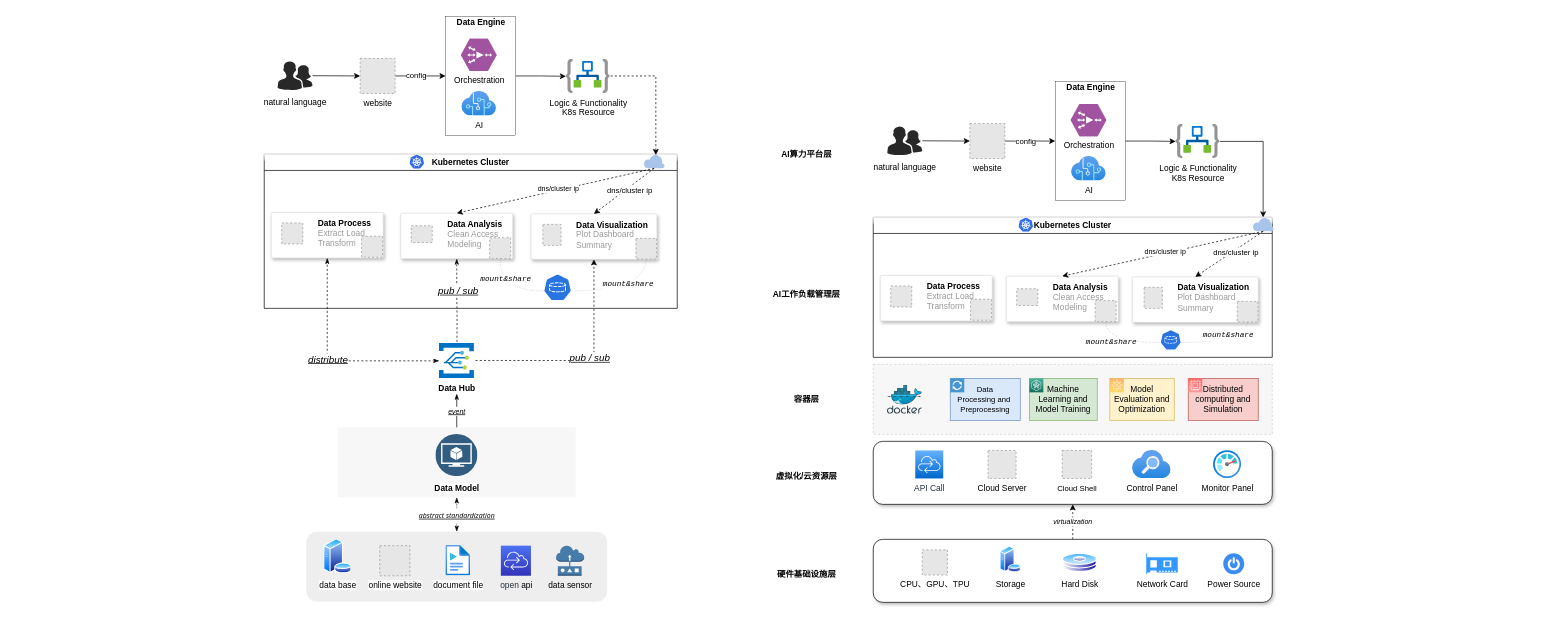
The draw.io diagram rpl.drawio in siruzhong/drawing, before the edit. Source tidied: cells renumbered, new cells numbered last; positions are measured from the earlier drawing's top-left corner, leaving out a move shared by most shapes. Both pictures are drawn from the tidied source at 70%, with x=0, y=0 at pixel (264, 12). Pictures stored in the file or linked from it are replaced by grey dashed boxes.
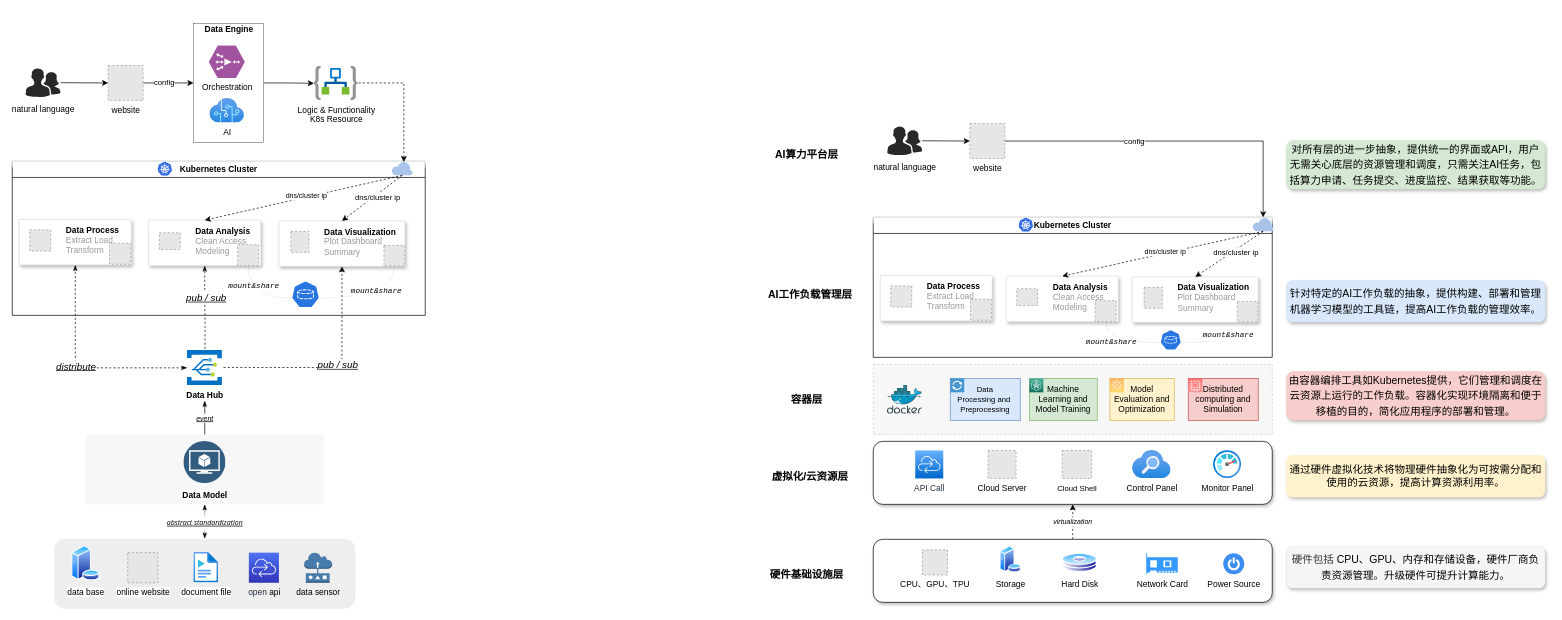
The same page after the edit.

The change refers to these unchanged cells:
```xml
<mxCell id="12" style="strokeColor=#dddddd;shadow=1;strokeWidth=1;rounded=1;absoluteArcSize=1;arcSize=2;" parent="8" vertex="1">
  <mxGeometry x="195" y="84" width="160" height="65" as="geometry" />
</mxCell>
<mxCell id="19" style="verticalLabelPosition=bottom;html=1;verticalAlign=top;align=center;strokeColor=none;fillColor=#A9C4EB;shape=mxgraph.azure.cloud;" parent="8" vertex="1">
  <mxGeometry x="542" width="30" height="20" as="geometry" />
</mxCell>
<mxCell id="91" style="verticalLabelPosition=bottom;html=1;verticalAlign=top;align=center;strokeColor=none;fillColor=#A9C4EB;shape=mxgraph.azure.cloud;" parent="80" vertex="1">
  <mxGeometry x="542" width="30" height="20" as="geometry" />
</mxCell>
<mxCell id="113" value="website" style="fillColor=#E6E6E6;strokeColor=#999999;dashed=1;html=1;verticalAlign=top;verticalLabelPosition=bottom;labelBackgroundColor=#ffffff;" parent="1" vertex="1">
  <mxGeometry x="1008" y="159" width="50" height="50" as="geometry" />
</mxCell>
```

Change to the diagram source:
```diff
@@
     <mxCell id="7" style="rounded=0;whiteSpace=wrap;html=1;fillColor=#FFFFFF;strokeColor=default;gradientColor=none;strokeWidth=0.5;" parent="1" vertex="1">
-      <mxGeometry x="259" y="6" width="100" height="170" as="geometry" />
+      <mxGeometry x="-101" y="16" width="100" height="170" as="geometry" />
     </mxCell>
     <mxCell id="8" value="Kubernetes Cluster" style="swimlane;whiteSpace=wrap;html=1;fillColor=default;swimlaneFillColor=none;gradientColor=none;strokeColor=#000000;glass=1;" parent="1" vertex="1">
-      <mxGeometry y="203" width="590" height="220" as="geometry" />
+      <mxGeometry x="-360" y="213" width="590" height="220" as="geometry" />
     </mxCell>
@@
     <mxCell id="31" style="rounded=1;whiteSpace=wrap;html=1;fillStyle=auto;shadow=0;strokeColor=none;fillColor=#eeeeee;" parent="1" vertex="1">
-      <mxGeometry x="60" y="742" width="430" height="100" as="geometry" />
+      <mxGeometry x="-300" y="752" width="430" height="100" as="geometry" />
     </mxCell>
     <mxCell id="32" value="data base" style="image;perimeter=ellipsePerimeter;html=1;align=center;shadow=0;dashed=0;spacingTop=3;image=img/lib/active_directory/database_server.svg;" parent="1" vertex="1">
-      <mxGeometry x="84.5" y="752" width="41" height="50" as="geometry" />
+      <mxGeometry x="-275.5" y="762" width="41" height="50" as="geometry" />
     </mxCell>
     <mxCell id="33" value="online&amp;nbsp;&lt;span style=&quot;background-color: rgb(251, 251, 251);&quot;&gt;website&lt;/span&gt;" style="fillColor=#E6E6E6;strokeColor=#999999;dashed=1;html=1;verticalAlign=top;verticalLabelPosition=bottom;labelBackgroundColor=#ffffff;" parent="1" vertex="1">
-      <mxGeometry x="165" y="762" width="43" height="43" as="geometry" />
+      <mxGeometry x="-195" y="772" width="43" height="43" as="geometry" />
     </mxCell>
     <mxCell id="34" value="open&amp;nbsp;&lt;span style=&quot;border-color: var(--border-color); color: rgb(0, 0, 0);&quot;&gt;api&lt;/span&gt;" style="sketch=0;fontColor=#232F3E;gradientColor=#4D72F3;gradientDirection=north;fillColor=#3334B9;strokeColor=#ffffff;dashed=0;verticalLabelPosition=bottom;verticalAlign=top;align=center;html=1;fontSize=12;fontStyle=0;shape=mxgraph.aws4.resourceIcon;resIcon=mxgraph.aws4.cloud_control_api;" parent="1" vertex="1">
-      <mxGeometry x="338" y="762" width="43" height="43" as="geometry" />
+      <mxGeometry x="-22" y="772" width="43" height="43" as="geometry" />
     </mxCell>
     <mxCell id="35" value="data sensor" style="dashed=0;verticalLabelPosition=bottom;verticalAlign=top;align=center;html=1;shape=mxgraph.aws3.sensor;fillColor=#467baa;gradientColor=none;" parent="1" vertex="1">
-      <mxGeometry x="417" y="762" width="40" height="43" as="geometry" />
+      <mxGeometry x="57" y="772" width="40" height="43" as="geometry" />
     </mxCell>
     <mxCell id="36" value="document file" style="image;html=1;align=center;fontSize=12;image=img/lib/azure2/general/Media_File.svg;" parent="1" vertex="1">
-      <mxGeometry x="259.3" y="761.5" width="35.3" height="43.5" as="geometry" />
+      <mxGeometry x="-100.7" y="771.5" width="35.3" height="43.5" as="geometry" />
     </mxCell>
     <mxCell id="37" value="&lt;font style=&quot;font-size: 10px;&quot;&gt;&lt;i&gt;&lt;u&gt;event&lt;/u&gt;&lt;/i&gt;&lt;/font&gt;" style="edgeStyle=orthogonalEdgeStyle;rounded=0;orthogonalLoop=1;jettySize=auto;html=1;exitX=0.5;exitY=0;exitDx=0;exitDy=0;endArrow=classicThin;endFill=1;" parent="1" edge="1">
       <mxGeometry relative="1" as="geometry">
-        <mxPoint x="275" y="595" as="sourcePoint" />
-        <mxPoint x="275" y="545" as="targetPoint" />
+        <mxPoint x="-85" y="605" as="sourcePoint" />
+        <mxPoint x="-85" y="555" as="targetPoint" />
       </mxGeometry>
     </mxCell>
     <mxCell id="38" style="rounded=0;whiteSpace=wrap;html=1;fillColor=#F7F7F7;strokeColor=none;fontColor=#333333;" parent="1" vertex="1">
-      <mxGeometry x="105" y="593" width="340" height="100" as="geometry" />
+      <mxGeometry x="-255" y="603" width="340" height="100" as="geometry" />
     </mxCell>
     <mxCell id="39" value="&lt;font style=&quot;font-size: 12px;&quot; color=&quot;#000000&quot;&gt;&lt;b&gt;Data Model&lt;/b&gt;&lt;/font&gt;" style="image;perimeter=ellipsePerimeter;html=1;align=center;shadow=0;dashed=0;fontColor=#4277BB;labelBackgroundColor=default;fontSize=12;spacingTop=3;image=img/lib/ibm/data/model.svg;" parent="1" vertex="1">
-      <mxGeometry x="245" y="603" width="60" height="60" as="geometry" />
+      <mxGeometry x="-115" y="613" width="60" height="60" as="geometry" />
     </mxCell>
@@
     <mxCell id="42" value="&lt;b&gt;Data Hub&lt;/b&gt;" style="image;html=1;points=[];align=center;fontSize=12;image=img/lib/mscae/Event_Grid.svg;imageBackground=none;imageBorder=none;" parent="1" vertex="1">
-      <mxGeometry x="250" y="473" width="50" height="50" as="geometry" />
+      <mxGeometry x="-110" y="483" width="50" height="50" as="geometry" />
     </mxCell>
     <mxCell id="43" style="edgeStyle=orthogonalEdgeStyle;rounded=0;orthogonalLoop=1;jettySize=auto;html=1;exitX=0.5;exitY=1;exitDx=0;exitDy=0;" parent="1" edge="1">
       <mxGeometry relative="1" as="geometry">
-        <mxPoint x="275" y="687" as="sourcePoint" />
-        <mxPoint x="275" y="687" as="targetPoint" />
+        <mxPoint x="-85" y="697" as="sourcePoint" />
+        <mxPoint x="-85" y="697" as="targetPoint" />
       </mxGeometry>
     </mxCell>
     <mxCell id="44" style="endArrow=classicThin;html=1;rounded=0;exitX=0.507;exitY=-0.04;exitDx=0;exitDy=0;exitPerimeter=0;entryX=0.5;entryY=1;entryDx=0;entryDy=0;edgeStyle=orthogonalEdgeStyle;startArrow=none;startFill=0;endFill=1;dashed=1;" parent="1" edge="1" source="42" target="12">
       <mxGeometry relative="1" as="geometry">
         <Array as="points">
-          <mxPoint x="275" y="433" />
-          <mxPoint x="275" y="403" />
-          <mxPoint x="290" y="403" />
+          <mxPoint x="-85" y="443" />
+          <mxPoint x="-85" y="413" />
+          <mxPoint x="-70" y="413" />
         </Array>
       </mxGeometry>
     </mxCell>
@@
     <mxCell id="48" value="AI" style="image;html=1;align=center;fontSize=12;image=img/lib/azure2/ai_machine_learning/Cognitive_Services.svg;" parent="1" vertex="1">
-      <mxGeometry x="282" y="113" width="49.6" height="35" as="geometry" />
+      <mxGeometry x="-78" y="123" width="49.6" height="35" as="geometry" />
     </mxCell>
@@
     <mxCell id="50" value="&lt;a style=&quot;border-color: var(--border-color); box-sizing: border-box; cursor: pointer; outline: currentcolor; line-height: 22.5px; text-align: start;&quot; class=&quot;color_pc_blue_text&quot;&gt;&lt;font style=&quot;border-color: var(--border-color);&quot;&gt;&lt;span style=&quot;border-color: var(--border-color);&quot;&gt;&lt;span style=&quot;border-color: var(--border-color);&quot;&gt;natural language&lt;/span&gt;&lt;/span&gt;&lt;/font&gt;&lt;/a&gt;" style="verticalLabelPosition=bottom;sketch=0;html=1;fillColor=#282828;strokeColor=none;verticalAlign=top;align=center;shape=mxgraph.cisco_safe.people_places_things_icons.icon2;" parent="1" vertex="1">
-      <mxGeometry x="19" y="70" width="50" height="41" as="geometry" />
+      <mxGeometry x="-341" y="80" width="50" height="41" as="geometry" />
     </mxCell>
     <mxCell id="51" value="Logic &amp;amp; Functionality&lt;br&gt;K8s Resource" style="image;html=1;points=[];align=center;fontSize=12;image=img/lib/azure2/iot/Logic_Apps.svg;" parent="1" vertex="1">
-      <mxGeometry x="431" y="67" width="63" height="48.9" as="geometry" />
+      <mxGeometry x="71" y="77" width="63" height="48.9" as="geometry" />
     </mxCell>
@@
     <mxCell id="54" value="website" style="fillColor=#E6E6E6;strokeColor=#999999;dashed=1;html=1;verticalAlign=top;verticalLabelPosition=bottom;labelBackgroundColor=#ffffff;" parent="1" vertex="1">
-      <mxGeometry x="137" y="66" width="50" height="50" as="geometry" />
+      <mxGeometry x="-223" y="76" width="50" height="50" as="geometry" />
     </mxCell>
     <mxCell id="55" value="Orchestration" style="verticalLabelPosition=bottom;sketch=0;html=1;fillColor=#A153A0;strokeColor=#ffffff;verticalAlign=top;align=center;shape=mxgraph.cisco_safe.compositeIcon;bgIcon=mxgraph.cisco_safe.design.blank_device;resIcon=mxgraph.cisco_safe.design.wide_area_application_engine;" parent="1" vertex="1">
-      <mxGeometry x="281" y="38" width="51" height="46" as="geometry" />
+      <mxGeometry x="-79" y="48" width="51" height="46" as="geometry" />
     </mxCell>
     <mxCell id="56" style="endArrow=classic;html=1;rounded=0;exitX=1.013;exitY=0.491;exitDx=0;exitDy=0;exitPerimeter=0;edgeStyle=orthogonalEdgeStyle;dashed=1;entryX=0.58;entryY=0.05;entryDx=0;entryDy=0;entryPerimeter=0;" parent="1" edge="1" target="19">
       <mxGeometry relative="1" as="geometry">
-        <mxPoint x="494.8" y="91" as="sourcePoint" />
+        <mxPoint x="134.8" y="101" as="sourcePoint" />
         <Array as="points">
-          <mxPoint x="560" y="91" />
-          <mxPoint x="560" y="204" />
+          <mxPoint x="200" y="101" />
+          <mxPoint x="200" y="214" />
         </Array>
       </mxGeometry>
     </mxCell>
     <mxCell id="57" value="&lt;b&gt;Data Engine&lt;/b&gt;" style="text;html=1;strokeColor=none;fillColor=none;align=center;verticalAlign=middle;whiteSpace=wrap;rounded=0;" parent="1" vertex="1">
-      <mxGeometry x="270" width="80" height="30" as="geometry" />
+      <mxGeometry x="-90" y="10" width="80" height="30" as="geometry" />
     </mxCell>
@@
-    <mxCell id="65" value="&lt;b&gt;硬件基础设施层&lt;/b&gt;" style="text;html=1;strokeColor=none;fillColor=none;align=center;verticalAlign=middle;whiteSpace=wrap;rounded=0;" parent="1" vertex="1">
+    <mxCell id="65" value="&lt;b&gt;&lt;font style=&quot;font-size: 15px;&quot;&gt;硬件基础设施层&lt;/font&gt;&lt;/b&gt;" style="text;html=1;strokeColor=none;fillColor=none;align=center;verticalAlign=middle;whiteSpace=wrap;rounded=0;" parent="1" vertex="1">
       <mxGeometry x="720" y="783" width="110" height="40" as="geometry" />
     </mxCell>
-    <mxCell id="66" value="&lt;b&gt;虚拟化/云资源层&lt;/b&gt;" style="text;html=1;strokeColor=none;fillColor=none;align=center;verticalAlign=middle;whiteSpace=wrap;rounded=0;" parent="1" vertex="1">
-      <mxGeometry x="720" y="643" width="110" height="40" as="geometry" />
+    <mxCell id="66" value="&lt;b&gt;&lt;font style=&quot;font-size: 15px;&quot;&gt;虚拟化/云资源层&lt;/font&gt;&lt;/b&gt;" style="text;html=1;strokeColor=none;fillColor=none;align=center;verticalAlign=middle;whiteSpace=wrap;rounded=0;" parent="1" vertex="1">
+      <mxGeometry x="720" y="643" width="120" height="40" as="geometry" />
     </mxCell>
-    <mxCell id="67" value="&lt;b&gt;容器层&lt;/b&gt;" style="text;html=1;strokeColor=none;fillColor=none;align=center;verticalAlign=middle;whiteSpace=wrap;rounded=0;" parent="1" vertex="1">
+    <mxCell id="67" value="&lt;b&gt;&lt;font style=&quot;font-size: 15px;&quot;&gt;容器层&lt;/font&gt;&lt;/b&gt;" style="text;html=1;strokeColor=none;fillColor=none;align=center;verticalAlign=middle;whiteSpace=wrap;rounded=0;" parent="1" vertex="1">
       <mxGeometry x="720" y="533" width="110" height="40" as="geometry" />
     </mxCell>
-    <mxCell id="68" value="&lt;b&gt;AI工作负载管理层&lt;/b&gt;" style="text;html=1;strokeColor=none;fillColor=none;align=center;verticalAlign=middle;whiteSpace=wrap;rounded=0;" parent="1" vertex="1">
-      <mxGeometry x="720" y="383" width="110" height="40" as="geometry" />
+    <mxCell id="68" value="&lt;b&gt;&lt;font style=&quot;font-size: 15px;&quot;&gt;AI工作负载管理层&lt;/font&gt;&lt;/b&gt;" style="text;html=1;strokeColor=none;fillColor=none;align=center;verticalAlign=middle;whiteSpace=wrap;rounded=0;" parent="1" vertex="1">
+      <mxGeometry x="670" y="383" width="220" height="40" as="geometry" />
     </mxCell>
@@
-    <mxCell id="104" style="edgeStyle=orthogonalEdgeStyle;rounded=0;jettySize=auto;html=1;exitX=1;exitY=0.5;exitDx=0;exitDy=0;" parent="1" edge="1" source="105" target="110">
-      <mxGeometry relative="1" as="geometry" />
-    </mxCell>
-    <mxCell id="105" style="rounded=0;whiteSpace=wrap;html=1;fillColor=#FFFFFF;strokeColor=default;gradientColor=none;strokeWidth=0.5;" parent="1" vertex="1">
-      <mxGeometry x="1130" y="99" width="100" height="170" as="geometry" />
-    </mxCell>
-    <mxCell id="106" value="AI" style="image;html=1;align=center;fontSize=12;image=img/lib/azure2/ai_machine_learning/Cognitive_Services.svg;" parent="1" vertex="1">
-      <mxGeometry x="1153" y="206" width="49.6" height="35" as="geometry" />
-    </mxCell>
@@
-    <mxCell id="109" style="edgeStyle=orthogonalEdgeStyle;rounded=0;jettySize=auto;html=1;" parent="1" edge="1" source="110" target="91">
+    <mxCell id="109" style="edgeStyle=orthogonalEdgeStyle;rounded=0;jettySize=auto;html=1;exitX=1;exitY=0.5;exitDx=0;exitDy=0;" parent="1" edge="1" source="113" target="91">
       <mxGeometry relative="1" as="geometry" />
     </mxCell>
-    <mxCell id="110" value="Logic &amp;amp; Functionality&lt;br&gt;K8s Resource" style="image;html=1;points=[];align=center;fontSize=12;image=img/lib/azure2/iot/Logic_Apps.svg;" parent="1" vertex="1">
-      <mxGeometry x="1302" y="160" width="63" height="48.9" as="geometry" />
-    </mxCell>
-    <mxCell id="111" style="edgeStyle=orthogonalEdgeStyle;rounded=0;jettySize=auto;html=1;exitX=1;exitY=0.5;exitDx=0;exitDy=0;" parent="1" edge="1" source="113" target="105">
-      <mxGeometry relative="1" as="geometry" />
-    </mxCell>
-    <mxCell id="112" value="config" style="edgeLabel;html=1;align=center;verticalAlign=middle;" parent="111" vertex="1">
-      <mxGeometry x="-0.2" y="1" relative="1" as="geometry" />
+    <mxCell id="112" value="config" style="edgeLabel;html=1;align=center;verticalAlign=middle;" parent="109" vertex="1">
+      <mxGeometry x="-0.23" y="-3" relative="1" as="geometry">
+        <mxPoint y="-4" as="offset" />
+      </mxGeometry>
     </mxCell>
@@
-    <mxCell id="114" value="Orchestration" style="verticalLabelPosition=bottom;sketch=0;html=1;fillColor=#A153A0;strokeColor=#ffffff;verticalAlign=top;align=center;shape=mxgraph.cisco_safe.compositeIcon;bgIcon=mxgraph.cisco_safe.design.blank_device;resIcon=mxgraph.cisco_safe.design.wide_area_application_engine;" parent="1" vertex="1">
-      <mxGeometry x="1152" y="131" width="51" height="46" as="geometry" />
-    </mxCell>
-    <mxCell id="115" value="&lt;b&gt;Data Engine&lt;/b&gt;" style="text;html=1;strokeColor=none;fillColor=none;align=center;verticalAlign=middle;whiteSpace=wrap;rounded=0;" parent="1" vertex="1">
-      <mxGeometry x="1141" y="93" width="80" height="30" as="geometry" />
-    </mxCell>
-    <mxCell id="116" value="&lt;b&gt;AI算力平台层&lt;/b&gt;" style="text;html=1;strokeColor=none;fillColor=none;align=center;verticalAlign=middle;whiteSpace=wrap;rounded=0;" parent="1" vertex="1">
+    <mxCell id="116" value="&lt;b&gt;&lt;font style=&quot;font-size: 15px;&quot;&gt;AI算力平台层&lt;/font&gt;&lt;/b&gt;" style="text;html=1;strokeColor=none;fillColor=none;align=center;verticalAlign=middle;whiteSpace=wrap;rounded=0;" parent="1" vertex="1">
       <mxGeometry x="720" y="183" width="110" height="40" as="geometry" />
     </mxCell>
+    <mxCell id="117" value="&lt;div style=&quot;font-size: 15px;&quot;&gt;&lt;p style=&quot;font-family: DengXian; line-height: 150%;&quot;&gt;对所有层的进一步抽象，提供统一的界面或&lt;span style=&quot;font-family: 等线;&quot;&gt;API&lt;/span&gt;&lt;span style=&quot;font-family: 等线;&quot;&gt;，用户无需关心底层的资源管理和调度，只需关注&lt;/span&gt;&lt;span style=&quot;font-family: 等线;&quot;&gt;AI&lt;/span&gt;&lt;span style=&quot;font-family: 等线;&quot;&gt;任务，包括算力申请、任务提交、进度监控、结果获取等功能。&lt;/span&gt;&lt;/p&gt;&lt;/div&gt;" style="text;html=1;strokeColor=#82b366;fillColor=#d5e8d4;align=center;verticalAlign=middle;whiteSpace=wrap;rounded=1;shadow=1;strokeWidth=0;" parent="1" vertex="1">
+      <mxGeometry x="1460" y="183" width="370" height="70" as="geometry" />
+    </mxCell>
+    <mxCell id="118" value="&lt;div style=&quot;font-size: 15px;&quot;&gt;&lt;div style=&quot;&quot;&gt;&lt;p style=&quot;font-family: DengXian; line-height: 150%;&quot;&gt;针对特定的&lt;span style=&quot;font-family: 等线;&quot;&gt;AI&lt;/span&gt;&lt;span style=&quot;font-family: 等线;&quot;&gt;工作负载的抽象，提供构建、部署和管理机器学习模型的工具链，提高&lt;/span&gt;&lt;span style=&quot;font-family: 等线;&quot;&gt;AI&lt;/span&gt;&lt;span style=&quot;font-family: 等线;&quot;&gt;工作负载的管理效率。&lt;/span&gt;&lt;/p&gt;&lt;/div&gt;&lt;/div&gt;" style="text;html=1;strokeColor=#6c8ebf;fillColor=#dae8fc;align=center;verticalAlign=middle;whiteSpace=wrap;rounded=1;shadow=1;strokeWidth=0;" parent="1" vertex="1">
+      <mxGeometry x="1460" y="383" width="370" height="60" as="geometry" />
+    </mxCell>
+    <mxCell id="119" value="&lt;div style=&quot;font-size: 15px;&quot;&gt;&lt;div style=&quot;&quot;&gt;&lt;div&gt;&lt;p style=&quot;font-family: DengXian; line-height: 150%;&quot;&gt;由容器编排工具如&lt;span style=&quot;font-family: 等线;&quot;&gt;Kubernetes&lt;/span&gt;&lt;span style=&quot;font-family: 等线;&quot;&gt;提供，它们管理和调度在云资源上运行的工作负载。容器化实现环境隔离和便于移植的目的，简化应用程序的部署和管理。&lt;/span&gt;&lt;/p&gt;&lt;/div&gt;&lt;/div&gt;&lt;/div&gt;" style="text;html=1;strokeColor=#b85450;fillColor=#f8cecc;align=center;verticalAlign=middle;whiteSpace=wrap;rounded=1;glass=0;shadow=1;strokeWidth=0;" parent="1" vertex="1">
+      <mxGeometry x="1460" y="513" width="370" height="70" as="geometry" />
+    </mxCell>
+    <mxCell id="120" value="&lt;div style=&quot;&quot;&gt;&lt;div style=&quot;&quot;&gt;&lt;div style=&quot;&quot;&gt;&lt;p style=&quot;font-family: DengXian; line-height: 150%;&quot;&gt;&lt;font style=&quot;font-size: 15px;&quot;&gt;通过硬件虚拟化技术将物理硬件抽象化为可按需分配和使用的云资源，提高计算资源利用率。&lt;/font&gt;&lt;/p&gt;&lt;/div&gt;&lt;/div&gt;&lt;/div&gt;" style="text;html=1;strokeColor=#d6b656;fillColor=#fff2cc;align=center;verticalAlign=middle;whiteSpace=wrap;rounded=1;shadow=1;strokeWidth=0;" parent="1" vertex="1">
+      <mxGeometry x="1460" y="633" width="370" height="60" as="geometry" />
+    </mxCell>
+    <mxCell id="121" value="&lt;div style=&quot;&quot;&gt;&lt;div style=&quot;&quot;&gt;&lt;div style=&quot;&quot;&gt;&lt;div style=&quot;font-size: 15px;&quot;&gt;&lt;p style=&quot;font-family: DengXian; line-height: 150%;&quot;&gt;硬件包括&lt;span style=&quot;font-family: 等线; color: rgb(0, 0, 0);&quot;&gt; CPU&lt;/span&gt;&lt;span style=&quot;font-family: 等线; color: rgb(0, 0, 0);&quot;&gt;、&lt;/span&gt;&lt;span style=&quot;font-family: 等线; color: rgb(0, 0, 0);&quot;&gt;GPU&lt;/span&gt;&lt;span style=&quot;font-family: 等线; color: rgb(0, 0, 0);&quot;&gt;、内存和存储设备，硬件厂商负责资源管理。升级硬件可提升计算能力。&lt;/span&gt;&lt;/p&gt;&lt;/div&gt;&lt;/div&gt;&lt;/div&gt;&lt;/div&gt;" style="text;html=1;align=center;verticalAlign=middle;whiteSpace=wrap;rounded=1;shadow=1;strokeWidth=0;fillColor=#f5f5f5;fontColor=#333333;strokeColor=#666666;" parent="1" vertex="1">
+      <mxGeometry x="1460" y="763" width="370" height="60" as="geometry" />
+    </mxCell>
```
